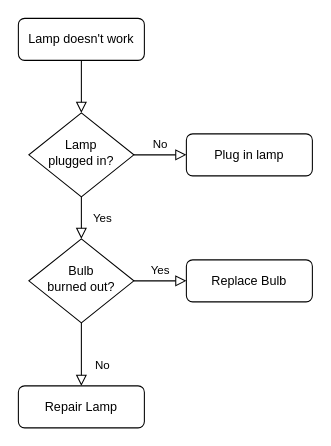
The draw.io diagram Untitled Diagram.drawio in Clactar/html-portfolio, before the edit. Source tidied: cells renumbered, new cells numbered last; positions are measured from the earlier drawing's top-left corner, leaving out a move shared by most shapes. Both pictures are drawn from the tidied source at 105%, with x=0, y=0 at pixel (18, 18).
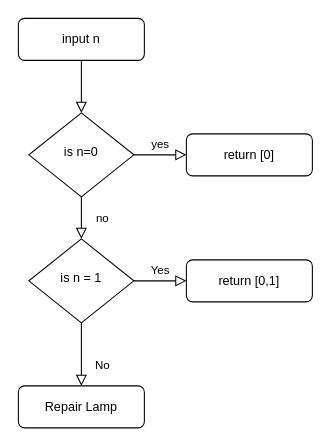
After the change.

Diff of the diagram source:
```diff
@@
 <mxGraphModel>
   <root>
     <mxCell id="0" />
     <mxCell id="1" parent="0" />
     <mxCell id="2" style="rounded=0;html=1;jettySize=auto;fontSize=11;endArrow=block;endFill=0;endSize=8;strokeWidth=1;shadow=0;labelBackgroundColor=none;edgeStyle=orthogonalEdgeStyle;" parent="1" edge="1" source="3" target="6">
       <mxGeometry relative="1" as="geometry" />
     </mxCell>
-    <mxCell id="3" value="Lamp doesn't work" style="rounded=1;whiteSpace=wrap;html=1;fontSize=12;glass=0;strokeWidth=1;shadow=0;" parent="1" vertex="1">
+    <mxCell id="3" value="input n" style="rounded=1;whiteSpace=wrap;html=1;fontSize=12;glass=0;strokeWidth=1;shadow=0;" parent="1" vertex="1">
       <mxGeometry width="120" height="40" as="geometry" />
     </mxCell>
-    <mxCell id="4" value="Yes" style="rounded=0;html=1;jettySize=auto;fontSize=11;endArrow=block;endFill=0;endSize=8;strokeWidth=1;shadow=0;labelBackgroundColor=none;edgeStyle=orthogonalEdgeStyle;" parent="1" edge="1" source="6" target="10">
+    <mxCell id="4" value="no" style="rounded=0;html=1;jettySize=auto;fontSize=11;endArrow=block;endFill=0;endSize=8;strokeWidth=1;shadow=0;labelBackgroundColor=none;edgeStyle=orthogonalEdgeStyle;" parent="1" edge="1" source="6" target="10">
       <mxGeometry y="20" relative="1" as="geometry" />
     </mxCell>
-    <mxCell id="5" value="No" style="edgeStyle=orthogonalEdgeStyle;rounded=0;html=1;jettySize=auto;fontSize=11;endArrow=block;endFill=0;endSize=8;strokeWidth=1;shadow=0;labelBackgroundColor=none;" parent="1" edge="1" source="6" target="7">
+    <mxCell id="5" value="yes" style="edgeStyle=orthogonalEdgeStyle;rounded=0;html=1;jettySize=auto;fontSize=11;endArrow=block;endFill=0;endSize=8;strokeWidth=1;shadow=0;labelBackgroundColor=none;" parent="1" edge="1" source="6" target="7">
       <mxGeometry y="10" relative="1" as="geometry" />
     </mxCell>
-    <mxCell id="6" value="Lamp&lt;br&gt;plugged in?" style="rhombus;whiteSpace=wrap;html=1;shadow=0;fontFamily=Helvetica;fontSize=12;align=center;strokeWidth=1;spacing=6;spacingTop=-4;" parent="1" vertex="1">
+    <mxCell id="6" value="is n=0" style="rhombus;whiteSpace=wrap;html=1;shadow=0;fontFamily=Helvetica;fontSize=12;align=center;strokeWidth=1;spacing=6;spacingTop=-4;" parent="1" vertex="1">
       <mxGeometry x="10" y="90" width="100" height="80" as="geometry" />
     </mxCell>
-    <mxCell id="7" value="Plug in lamp" style="rounded=1;whiteSpace=wrap;html=1;fontSize=12;glass=0;strokeWidth=1;shadow=0;" parent="1" vertex="1">
+    <mxCell id="7" value="return [0]" style="rounded=1;whiteSpace=wrap;html=1;fontSize=12;glass=0;strokeWidth=1;shadow=0;" parent="1" vertex="1">
       <mxGeometry x="160" y="110" width="120" height="40" as="geometry" />
     </mxCell>
     <mxCell id="8" value="No" style="rounded=0;html=1;jettySize=auto;fontSize=11;endArrow=block;endFill=0;endSize=8;strokeWidth=1;shadow=0;labelBackgroundColor=none;edgeStyle=orthogonalEdgeStyle;" parent="1" edge="1" source="10" target="11">
       <mxGeometry x="0.33" y="20" relative="1" as="geometry" />
     </mxCell>
     <mxCell id="9" value="Yes" style="edgeStyle=orthogonalEdgeStyle;rounded=0;html=1;jettySize=auto;fontSize=11;endArrow=block;endFill=0;endSize=8;strokeWidth=1;shadow=0;labelBackgroundColor=none;" parent="1" edge="1" source="10" target="12">
       <mxGeometry y="10" relative="1" as="geometry" />
     </mxCell>
-    <mxCell id="10" value="Bulb&lt;br&gt;burned out?" style="rhombus;whiteSpace=wrap;html=1;shadow=0;fontFamily=Helvetica;fontSize=12;align=center;strokeWidth=1;spacing=6;spacingTop=-4;" parent="1" vertex="1">
+    <mxCell id="10" value="is n = 1" style="rhombus;whiteSpace=wrap;html=1;shadow=0;fontFamily=Helvetica;fontSize=12;align=center;strokeWidth=1;spacing=6;spacingTop=-4;" parent="1" vertex="1">
       <mxGeometry x="10" y="210" width="100" height="80" as="geometry" />
     </mxCell>
     <mxCell id="11" value="Repair Lamp" style="rounded=1;whiteSpace=wrap;html=1;fontSize=12;glass=0;strokeWidth=1;shadow=0;" parent="1" vertex="1">
       <mxGeometry y="350" width="120" height="40" as="geometry" />
     </mxCell>
-    <mxCell id="12" value="Replace Bulb" style="rounded=1;whiteSpace=wrap;html=1;fontSize=12;glass=0;strokeWidth=1;shadow=0;" parent="1" vertex="1">
+    <mxCell id="12" value="return [0,1]" style="rounded=1;whiteSpace=wrap;html=1;fontSize=12;glass=0;strokeWidth=1;shadow=0;" parent="1" vertex="1">
       <mxGeometry x="160" y="230" width="120" height="40" as="geometry" />
     </mxCell>
   </root>
 </mxGraphModel>
```
